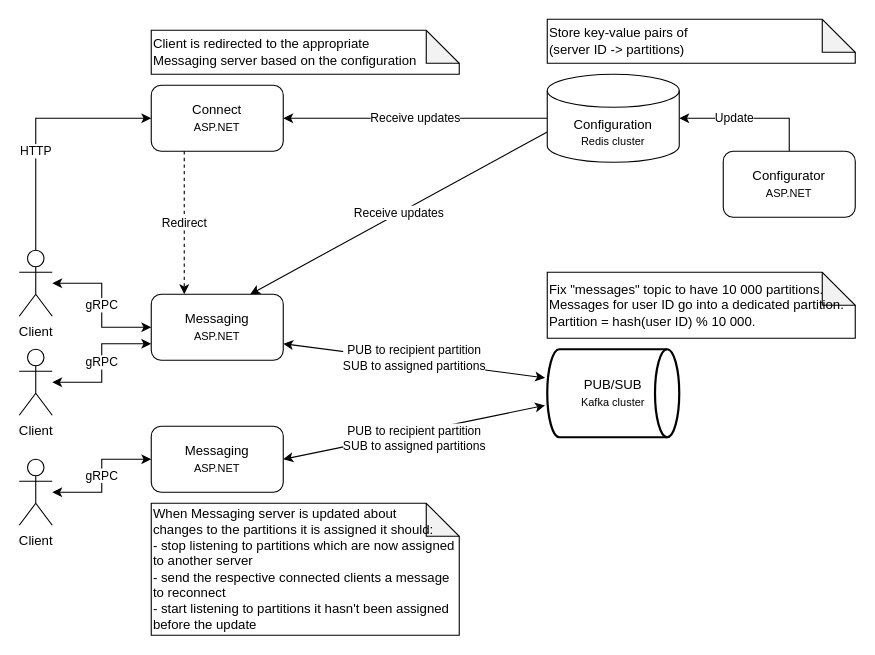
cvetomir-todorov/CecoChat keeps this draw.io diagram as docs/cecochat-02-configuration.drawio. Above is the earlier version. Source tidied: cells renumbered, new cells numbered last; positions are measured from the earlier drawing's top-left corner, leaving out a move shared by most shapes. Both pictures are drawn from the tidied source at 110%, with x=0, y=0 at pixel (19, 19).
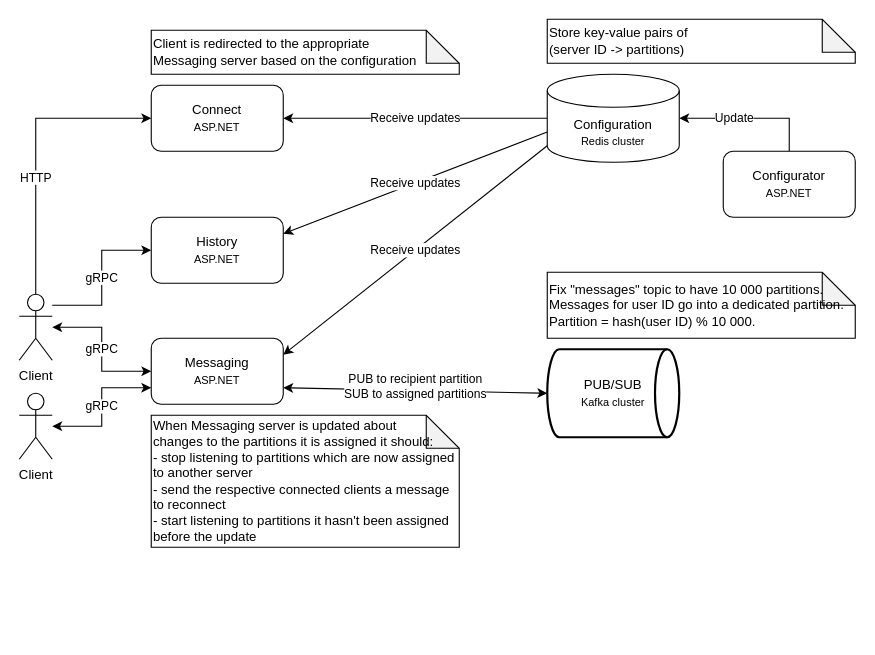
The same diagram, later.

Commit message (it also covers changes not shown here):
Add history server to design diagrams

Unchanged cells that the change refers to:
```xml
<mxCell id="13" value="PUB/SUB&lt;br&gt;&lt;font style=&quot;font-size: 10px&quot;&gt;Kafka cluster&lt;/font&gt;" style="strokeWidth=2;html=1;shape=mxgraph.flowchart.direct_data;whiteSpace=wrap;" parent="1" vertex="1">
  <mxGeometry x="480" y="300" width="120" height="80" as="geometry" />
</mxCell>
<mxCell id="15" value="&lt;font style=&quot;font-size: 12px&quot;&gt;Connect&lt;/font&gt;&lt;br&gt;&lt;font style=&quot;font-size: 10px&quot;&gt;ASP.NET&lt;/font&gt;" style="rounded=1;whiteSpace=wrap;html=1;" parent="1" vertex="1">
  <mxGeometry x="120" y="60" width="120" height="60" as="geometry" />
</mxCell>
<mxCell id="20" value="Configuration&lt;br&gt;&lt;font style=&quot;font-size: 10px&quot;&gt;Redis cluster&lt;/font&gt;" style="shape=cylinder3;whiteSpace=wrap;html=1;boundedLbl=1;backgroundOutline=1;size=15;" parent="1" vertex="1">
  <mxGeometry x="480" y="50" width="120" height="80" as="geometry" />
</mxCell>
```

Change to the diagram source:
```diff
@@
+    <mxCell id="5" value="gRPC" style="edgeStyle=orthogonalEdgeStyle;rounded=0;jettySize=auto;html=1;entryX=0;entryY=0.5;entryDx=0;entryDy=0;" parent="1" edge="1" source="4" target="25">
+      <mxGeometry relative="1" as="geometry">
+        <Array as="points">
+          <mxPoint x="75" y="260" />
+          <mxPoint x="75" y="210" />
+        </Array>
+      </mxGeometry>
+    </mxCell>
     <mxCell id="4" value="Client" style="shape=umlActor;verticalLabelPosition=bottom;verticalAlign=top;html=1;outlineConnect=0;" parent="1" vertex="1">
-      <mxGeometry y="210" width="30" height="60" as="geometry" />
+      <mxGeometry y="250" width="30" height="60" as="geometry" />
     </mxCell>
-    <mxCell id="5" value="gRPC" style="edgeStyle=orthogonalEdgeStyle;rounded=0;jettySize=auto;html=1;entryX=0;entryY=0.5;entryDx=0;entryDy=0;startArrow=classic;startFill=1;" parent="1" edge="1" source="6" target="12">
-      <mxGeometry relative="1" as="geometry" />
-    </mxCell>
-    <mxCell id="6" value="Client" style="shape=umlActor;verticalLabelPosition=bottom;verticalAlign=top;html=1;outlineConnect=0;" parent="1" vertex="1">
-      <mxGeometry y="400" width="30" height="60" as="geometry" />
-    </mxCell>
@@
     <mxCell id="8" value="Client" style="shape=umlActor;verticalLabelPosition=bottom;verticalAlign=top;html=1;outlineConnect=0;" parent="1" vertex="1">
-      <mxGeometry y="300" width="30" height="60" as="geometry" />
+      <mxGeometry y="340" width="30" height="60" as="geometry" />
     </mxCell>
-    <mxCell id="9" value="PUB to recipient partition&lt;br&gt;&lt;div&gt;SUB to assigned partitions&lt;/div&gt;" style="rounded=0;jettySize=auto;html=1;entryX=-0.017;entryY=0.325;entryDx=0;entryDy=0;entryPerimeter=0;startArrow=classic;startFill=1;exitX=1;exitY=0.75;exitDx=0;exitDy=0;" parent="1" edge="1" source="10" target="13">
+    <mxCell id="9" value="PUB to recipient partition&lt;br&gt;&lt;div&gt;SUB to assigned partitions&lt;/div&gt;" style="rounded=0;jettySize=auto;html=1;entryX=0;entryY=0.5;entryDx=0;entryDy=0;entryPerimeter=0;startArrow=classic;startFill=1;exitX=1;exitY=0.75;exitDx=0;exitDy=0;" parent="1" edge="1" source="10" target="13">
       <mxGeometry y="2" relative="1" as="geometry">
         <mxPoint y="-1" as="offset" />
       </mxGeometry>
     </mxCell>
     <mxCell id="10" value="&lt;font style=&quot;font-size: 12px&quot;&gt;Messaging&lt;/font&gt;&lt;br&gt;&lt;font style=&quot;font-size: 10px&quot;&gt;ASP.NET&lt;/font&gt;" style="rounded=1;whiteSpace=wrap;html=1;" parent="1" vertex="1">
-      <mxGeometry x="120" y="250" width="120" height="60" as="geometry" />
+      <mxGeometry x="120" y="290" width="120" height="60" as="geometry" />
     </mxCell>
-    <mxCell id="11" value="PUB to recipient partition&lt;br&gt;&lt;div&gt;SUB to assigned partitions&lt;/div&gt;" style="edgeStyle=none;rounded=0;jettySize=auto;html=1;entryX=-0.017;entryY=0.638;entryDx=0;entryDy=0;entryPerimeter=0;startArrow=classic;startFill=1;exitX=1;exitY=0.5;exitDx=0;exitDy=0;" parent="1" edge="1" source="12" target="13">
-      <mxGeometry x="-0.01" y="-5" relative="1" as="geometry" />
-    </mxCell>
-    <mxCell id="12" value="Messaging&lt;br&gt;&lt;font style=&quot;font-size: 10px&quot;&gt;ASP.NET&lt;/font&gt;" style="rounded=1;whiteSpace=wrap;html=1;" parent="1" vertex="1">
-      <mxGeometry x="120" y="370" width="120" height="60" as="geometry" />
-    </mxCell>
@@
-    <mxCell id="16" value="Redirect" style="endArrow=classic;html=1;exitX=0.25;exitY=1;exitDx=0;exitDy=0;entryX=0.25;entryY=0;entryDx=0;entryDy=0;dashed=1;" parent="1" edge="1" source="15" target="10">
-      <mxGeometry relative="1" as="geometry" />
-    </mxCell>
@@
-    <mxCell id="19" value="Receive updates" style="endArrow=classic;html=1;exitX=0;exitY=0;exitDx=0;exitDy=52.5;entryX=0.75;entryY=0;entryDx=0;entryDy=0;exitPerimeter=0;" parent="1" edge="1" source="20" target="10">
+    <mxCell id="19" value="Receive updates" style="endArrow=classic;html=1;exitX=0;exitY=1;exitDx=0;exitDy=-15;entryX=1;entryY=0.25;entryDx=0;entryDy=0;exitPerimeter=0;" parent="1" edge="1" source="20" target="10">
       <mxGeometry relative="1" as="geometry" />
     </mxCell>
@@
     <mxCell id="24" value="When Messaging server is updated about&lt;br&gt;changes to the partitions it is assigned it should:&lt;br&gt;- stop listening to partitions which are now assigned to another server&lt;br&gt;- send the respective connected clients a message to reconnect&lt;br&gt;- start listening to partitions it hasn't been assigned before the update" style="shape=note;whiteSpace=wrap;html=1;backgroundOutline=1;darkOpacity=0.05;align=left;" parent="1" vertex="1">
-      <mxGeometry x="120" y="440" width="280" height="120" as="geometry" />
+      <mxGeometry x="120" y="360" width="280" height="120" as="geometry" />
     </mxCell>
+    <mxCell id="25" value="&lt;font style=&quot;font-size: 12px&quot;&gt;History&lt;/font&gt;&lt;br&gt;&lt;font style=&quot;font-size: 10px&quot;&gt;ASP.NET&lt;/font&gt;" style="rounded=1;whiteSpace=wrap;html=1;" parent="1" vertex="1">
+      <mxGeometry x="120" y="180" width="120" height="60" as="geometry" />
+    </mxCell>
+    <mxCell id="26" value="Receive updates" style="endArrow=classic;html=1;exitX=0;exitY=0;exitDx=0;exitDy=52.5;entryX=1;entryY=0.25;entryDx=0;entryDy=0;exitPerimeter=0;" parent="1" edge="1" source="20" target="25">
+      <mxGeometry relative="1" as="geometry" />
+    </mxCell>
```
